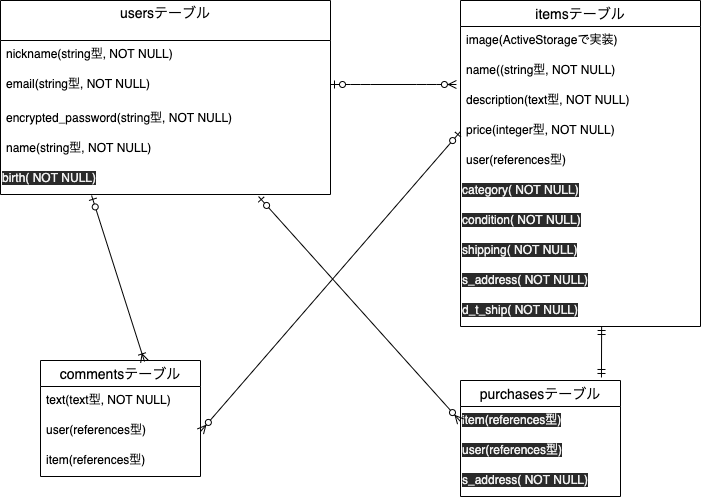
Before: erfigure.png, a diagram exported from draw.io (balllllet/furima-36103). Source tidied: cells renumbered, new cells last; positions are measured from the earlier drawing's top-left corner, leaving out a move shared by most shapes.
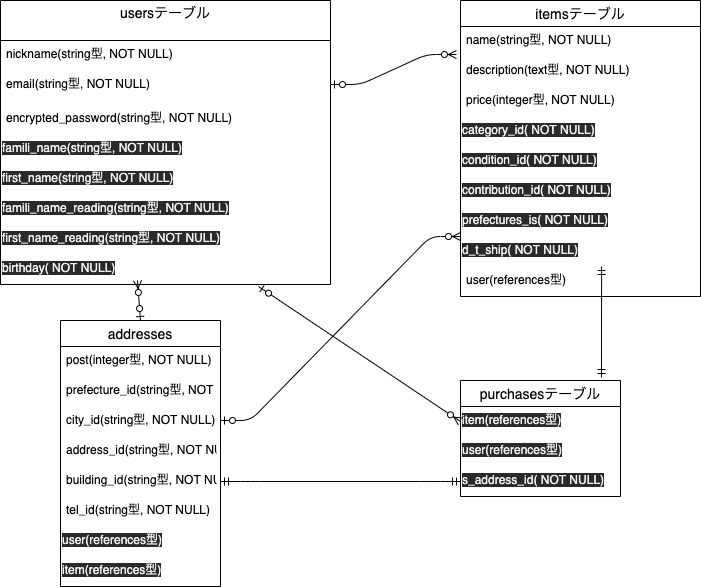
The same diagram one commit later.

Diff of the diagram source:
```diff
@@ -3,7 +3,7 @@
     <mxCell id="0" />
     <mxCell id="1" parent="0" />
     <mxCell id="2" value="usersテーブル&#10;" style="swimlane;fontStyle=0;horizontal=1;startSize=40;align=center;fontSize=14;" parent="1" vertex="1">
-      <mxGeometry width="330" height="194" as="geometry" />
+      <mxGeometry width="330" height="284" as="geometry" />
     </mxCell>
     <mxCell id="3" value="nickname(string型, NOT NULL)" style="text;strokeColor=none;fillColor=none;spacingLeft=4;spacingRight=4;overflow=hidden;fontSize=12;" parent="2" vertex="1">
       <mxGeometry y="40" width="330" height="30" as="geometry" />
@@ -14,57 +14,51 @@
     <mxCell id="5" value="encrypted_password(string型, NOT NULL)" style="text;strokeColor=none;fillColor=none;spacingLeft=4;spacingRight=4;overflow=hidden;fontSize=12;" parent="2" vertex="1">
       <mxGeometry y="104" width="330" height="30" as="geometry" />
     </mxCell>
-    <mxCell id="6" value="name(string型, NOT NULL)" style="text;strokeColor=none;fillColor=none;spacingLeft=4;spacingRight=4;overflow=hidden;fontSize=12;" parent="2" vertex="1">
-      <mxGeometry y="134" width="330" height="30" as="geometry" />
-    </mxCell>
+    <mxCell id="33" value="&lt;span style=&quot;color: rgb(240 , 240 , 240) ; font-family: &amp;#34;helvetica&amp;#34; ; font-size: 12px ; font-style: normal ; font-weight: 400 ; letter-spacing: normal ; text-align: left ; text-indent: 0px ; text-transform: none ; word-spacing: 0px ; background-color: rgb(42 , 42 , 42) ; display: inline ; float: none&quot;&gt;famili_name(string型, NOT NULL)&lt;/span&gt;" style="text;whiteSpace=wrap;html=1;" parent="2" vertex="1">
+      <mxGeometry y="134" width="330" height="30" as="geometry" />
+    </mxCell>
+    <mxCell id="34" value="&lt;span style=&quot;color: rgb(240 , 240 , 240) ; font-family: &amp;#34;helvetica&amp;#34; ; font-size: 12px ; font-style: normal ; font-weight: 400 ; letter-spacing: normal ; text-align: left ; text-indent: 0px ; text-transform: none ; word-spacing: 0px ; background-color: rgb(42 , 42 , 42) ; display: inline ; float: none&quot;&gt;first_name(string型, NOT NULL)&lt;/span&gt;" style="text;whiteSpace=wrap;html=1;" parent="2" vertex="1">
+      <mxGeometry y="164" width="330" height="30" as="geometry" />
+    </mxCell>
+    <mxCell id="35" value="&lt;span style=&quot;color: rgb(240 , 240 , 240) ; font-family: &amp;#34;helvetica&amp;#34; ; font-size: 12px ; font-style: normal ; font-weight: 400 ; letter-spacing: normal ; text-align: left ; text-indent: 0px ; text-transform: none ; word-spacing: 0px ; background-color: rgb(42 , 42 , 42) ; display: inline ; float: none&quot;&gt;famili_name_reading(string型, NOT NULL)&lt;/span&gt;" style="text;whiteSpace=wrap;html=1;" parent="2" vertex="1">
+      <mxGeometry y="194" width="330" height="30" as="geometry" />
+    </mxCell>
+    <mxCell id="36" value="&lt;span style=&quot;color: rgb(240 , 240 , 240) ; font-family: &amp;#34;helvetica&amp;#34; ; font-size: 12px ; font-style: normal ; font-weight: 400 ; letter-spacing: normal ; text-align: left ; text-indent: 0px ; text-transform: none ; word-spacing: 0px ; background-color: rgb(42 , 42 , 42) ; display: inline ; float: none&quot;&gt;first_name_reading(string型, NOT NULL)&lt;/span&gt;" style="text;whiteSpace=wrap;html=1;" parent="2" vertex="1">
+      <mxGeometry y="224" width="330" height="30" as="geometry" />
+    </mxCell>
-    <mxCell id="7" value="&lt;span style=&quot;color: rgb(240 , 240 , 240) ; font-family: &amp;#34;helvetica&amp;#34; ; font-size: 12px ; font-style: normal ; font-weight: 400 ; letter-spacing: normal ; text-align: left ; text-indent: 0px ; text-transform: none ; word-spacing: 0px ; background-color: rgb(42 , 42 , 42) ; display: inline ; float: none&quot;&gt;birth( NOT NULL)&lt;/span&gt;" style="text;whiteSpace=wrap;html=1;" parent="2" vertex="1">
-      <mxGeometry y="164" width="330" height="30" as="geometry" />
+    <mxCell id="7" value="&lt;span style=&quot;color: rgb(240 , 240 , 240) ; font-family: &amp;#34;helvetica&amp;#34; ; font-size: 12px ; font-style: normal ; font-weight: 400 ; letter-spacing: normal ; text-align: left ; text-indent: 0px ; text-transform: none ; word-spacing: 0px ; background-color: rgb(42 , 42 , 42) ; display: inline ; float: none&quot;&gt;birthday( NOT NULL)&lt;/span&gt;" style="text;whiteSpace=wrap;html=1;" parent="2" vertex="1">
+      <mxGeometry y="254" width="330" height="30" as="geometry" />
     </mxCell>
     <mxCell id="8" value="itemsテーブル" style="swimlane;fontStyle=0;horizontal=1;startSize=26;align=center;fontSize=14;" parent="1" vertex="1">
-      <mxGeometry x="460" width="240" height="326" as="geometry" />
+      <mxGeometry x="460" width="240" height="296" as="geometry" />
     </mxCell>
-    <mxCell id="9" value="image(ActiveStorageで実装)&#10;&#10;&#10;)" style="text;strokeColor=none;fillColor=none;spacingLeft=4;spacingRight=4;overflow=hidden;fontSize=12;" parent="8" vertex="1">
-      <mxGeometry y="26" width="240" height="30" as="geometry" />
-    </mxCell>
-    <mxCell id="10" value="name((string型, NOT NULL)" style="text;strokeColor=none;fillColor=none;spacingLeft=4;spacingRight=4;overflow=hidden;fontSize=12;" parent="8" vertex="1">
-      <mxGeometry y="56" width="240" height="30" as="geometry" />
+    <mxCell id="10" value="name(string型, NOT NULL)" style="text;strokeColor=none;fillColor=none;spacingLeft=4;spacingRight=4;overflow=hidden;fontSize=12;" parent="8" vertex="1">
+      <mxGeometry y="26" width="240" height="30" as="geometry" />
     </mxCell>
     <mxCell id="11" value="description(text型, NOT NULL)" style="text;strokeColor=none;fillColor=none;spacingLeft=4;spacingRight=4;overflow=hidden;points=[[0,0.5],[1,0.5]];portConstraint=eastwest;fontSize=12;" parent="8" vertex="1">
-      <mxGeometry y="86" width="240" height="30" as="geometry" />
+      <mxGeometry y="56" width="240" height="30" as="geometry" />
     </mxCell>
     <mxCell id="12" value="price(integer型, NOT NULL)" style="text;strokeColor=none;fillColor=none;spacingLeft=4;spacingRight=4;overflow=hidden;points=[[0,0.5],[1,0.5]];portConstraint=eastwest;fontSize=12;" parent="8" vertex="1">
-      <mxGeometry y="116" width="240" height="30" as="geometry" />
+      <mxGeometry y="86" width="240" height="30" as="geometry" />
     </mxCell>
-    <mxCell id="13" value="user(references型)" style="text;strokeColor=none;fillColor=none;spacingLeft=4;spacingRight=4;overflow=hidden;fontSize=12;" parent="8" vertex="1">
-      <mxGeometry y="146" width="240" height="30" as="geometry" />
-    </mxCell>
-    <mxCell id="14" value="&lt;span style=&quot;color: rgb(240 , 240 , 240) ; font-family: &amp;#34;helvetica&amp;#34; ; font-size: 12px ; font-style: normal ; font-weight: 400 ; letter-spacing: normal ; text-align: left ; text-indent: 0px ; text-transform: none ; word-spacing: 0px ; background-color: rgb(42 , 42 , 42) ; display: inline ; float: none&quot;&gt;category( NOT NULL)&lt;/span&gt;" style="text;whiteSpace=wrap;html=1;" parent="8" vertex="1">
-      <mxGeometry y="176" width="240" height="30" as="geometry" />
+    <mxCell id="14" value="&lt;span style=&quot;color: rgb(240 , 240 , 240) ; font-family: &amp;#34;helvetica&amp;#34; ; font-size: 12px ; font-style: normal ; font-weight: 400 ; letter-spacing: normal ; text-align: left ; text-indent: 0px ; text-transform: none ; word-spacing: 0px ; background-color: rgb(42 , 42 , 42) ; display: inline ; float: none&quot;&gt;category_id( NOT NULL)&lt;/span&gt;" style="text;whiteSpace=wrap;html=1;" parent="8" vertex="1">
+      <mxGeometry y="116" width="240" height="30" as="geometry" />
     </mxCell>
-    <mxCell id="15" value="&lt;span style=&quot;color: rgb(240 , 240 , 240) ; font-family: &amp;#34;helvetica&amp;#34; ; font-size: 12px ; font-style: normal ; font-weight: 400 ; letter-spacing: normal ; text-align: left ; text-indent: 0px ; text-transform: none ; word-spacing: 0px ; background-color: rgb(42 , 42 , 42) ; display: inline ; float: none&quot;&gt;condition( NOT NULL)&lt;/span&gt;" style="text;whiteSpace=wrap;html=1;" parent="8" vertex="1">
-      <mxGeometry y="206" width="240" height="30" as="geometry" />
+    <mxCell id="15" value="&lt;span style=&quot;color: rgb(240 , 240 , 240) ; font-family: &amp;#34;helvetica&amp;#34; ; font-size: 12px ; font-style: normal ; font-weight: 400 ; letter-spacing: normal ; text-align: left ; text-indent: 0px ; text-transform: none ; word-spacing: 0px ; background-color: rgb(42 , 42 , 42) ; display: inline ; float: none&quot;&gt;condition_id( NOT NULL)&lt;/span&gt;" style="text;whiteSpace=wrap;html=1;" parent="8" vertex="1">
+      <mxGeometry y="146" width="240" height="30" as="geometry" />
     </mxCell>
+    <mxCell id="37" value="&lt;span style=&quot;color: rgb(240 , 240 , 240) ; font-family: &amp;#34;helvetica&amp;#34; ; font-size: 12px ; font-style: normal ; font-weight: 400 ; letter-spacing: normal ; text-align: left ; text-indent: 0px ; text-transform: none ; word-spacing: 0px ; background-color: rgb(42 , 42 , 42) ; display: inline ; float: none&quot;&gt;contribution_id( NOT NULL)&lt;/span&gt;" style="text;whiteSpace=wrap;html=1;" parent="8" vertex="1">
+      <mxGeometry y="176" width="240" height="30" as="geometry" />
+    </mxCell>
-    <mxCell id="16" value="&lt;span style=&quot;color: rgb(240 , 240 , 240) ; font-family: &amp;#34;helvetica&amp;#34; ; font-size: 12px ; font-style: normal ; font-weight: 400 ; letter-spacing: normal ; text-align: left ; text-indent: 0px ; text-transform: none ; word-spacing: 0px ; background-color: rgb(42 , 42 , 42) ; display: inline ; float: none&quot;&gt;shipping( NOT NULL)&lt;/span&gt;" style="text;whiteSpace=wrap;html=1;" parent="8" vertex="1">
-      <mxGeometry y="236" width="240" height="30" as="geometry" />
+    <mxCell id="16" value="&lt;span style=&quot;color: rgb(240 , 240 , 240) ; font-family: &amp;#34;helvetica&amp;#34; ; font-size: 12px ; font-style: normal ; font-weight: 400 ; letter-spacing: normal ; text-align: left ; text-indent: 0px ; text-transform: none ; word-spacing: 0px ; background-color: rgb(42 , 42 , 42) ; display: inline ; float: none&quot;&gt;prefectures_is( NOT NULL)&lt;/span&gt;" style="text;whiteSpace=wrap;html=1;" parent="8" vertex="1">
+      <mxGeometry y="206" width="240" height="30" as="geometry" />
     </mxCell>
-    <mxCell id="17" value="&lt;span style=&quot;color: rgb(240 , 240 , 240) ; font-family: &amp;#34;helvetica&amp;#34; ; font-size: 12px ; font-style: normal ; font-weight: 400 ; letter-spacing: normal ; text-align: left ; text-indent: 0px ; text-transform: none ; word-spacing: 0px ; background-color: rgb(42 , 42 , 42) ; display: inline ; float: none&quot;&gt;s_address( NOT NULL)&lt;/span&gt;" style="text;whiteSpace=wrap;html=1;" parent="8" vertex="1">
-      <mxGeometry y="266" width="240" height="30" as="geometry" />
-    </mxCell>
     <mxCell id="18" value="&lt;span style=&quot;color: rgb(240 , 240 , 240) ; font-family: &amp;#34;helvetica&amp;#34; ; font-size: 12px ; font-style: normal ; font-weight: 400 ; letter-spacing: normal ; text-align: left ; text-indent: 0px ; text-transform: none ; word-spacing: 0px ; background-color: rgb(42 , 42 , 42) ; display: inline ; float: none&quot;&gt;d_t_ship( NOT NULL)&lt;/span&gt;" style="text;whiteSpace=wrap;html=1;" parent="8" vertex="1">
-      <mxGeometry y="296" width="240" height="30" as="geometry" />
+      <mxGeometry y="236" width="240" height="30" as="geometry" />
     </mxCell>
-    <mxCell id="19" value="commentsテーブル" style="swimlane;fontStyle=0;horizontal=1;startSize=26;align=center;fontSize=14;" parent="1" vertex="1">
-      <mxGeometry x="40" y="360" width="160" height="116" as="geometry" />
-    </mxCell>
-    <mxCell id="20" value="text(text型, NOT NULL)" style="text;strokeColor=none;fillColor=none;spacingLeft=4;spacingRight=4;overflow=hidden;fontSize=12;" parent="19" vertex="1">
-      <mxGeometry y="26" width="160" height="30" as="geometry" />
-    </mxCell>
-    <mxCell id="21" value="user(references型)" style="text;strokeColor=none;fillColor=none;spacingLeft=4;spacingRight=4;overflow=hidden;points=[[0,0.5],[1,0.5]];portConstraint=eastwest;fontSize=12;" parent="19" vertex="1">
-      <mxGeometry y="56" width="160" height="30" as="geometry" />
-    </mxCell>
-    <mxCell id="22" value="item(references型)" style="text;strokeColor=none;fillColor=none;spacingLeft=4;spacingRight=4;overflow=hidden;fontSize=12;" parent="19" vertex="1">
-      <mxGeometry y="86" width="160" height="30" as="geometry" />
-    </mxCell>
+    <mxCell id="13" value="user(references型)" style="text;strokeColor=none;fillColor=none;spacingLeft=4;spacingRight=4;overflow=hidden;fontSize=12;" parent="8" vertex="1">
+      <mxGeometry y="266" width="240" height="30" as="geometry" />
+    </mxCell>
     <mxCell id="23" value="purchasesテーブル" style="swimlane;fontStyle=0;horizontal=1;startSize=26;align=center;fontSize=14;" parent="1" vertex="1">
       <mxGeometry x="460" y="380" width="160" height="116" as="geometry" />
     </mxCell>
@@ -77,7 +71,7 @@
     <mxCell id="26" value="&lt;meta charset=&quot;utf-8&quot;&gt;&lt;span style=&quot;color: rgb(240, 240, 240); font-family: helvetica; font-size: 12px; font-style: normal; font-weight: 400; letter-spacing: normal; text-align: left; text-indent: 0px; text-transform: none; word-spacing: 0px; background-color: rgb(42, 42, 42); display: inline; float: none;&quot;&gt;user(references型)&lt;/span&gt;" style="text;whiteSpace=wrap;html=1;" parent="23" vertex="1">
       <mxGeometry y="56" width="160" height="30" as="geometry" />
     </mxCell>
-    <mxCell id="27" value="&lt;span style=&quot;color: rgb(240 , 240 , 240) ; font-family: &amp;#34;helvetica&amp;#34; ; font-size: 12px ; font-style: normal ; font-weight: 400 ; letter-spacing: normal ; text-align: left ; text-indent: 0px ; text-transform: none ; word-spacing: 0px ; background-color: rgb(42 , 42 , 42) ; display: inline ; float: none&quot;&gt;s_address( NOT NULL)&lt;/span&gt;" style="text;whiteSpace=wrap;html=1;" parent="23" vertex="1">
+    <mxCell id="27" value="&lt;span style=&quot;color: rgb(240 , 240 , 240) ; font-family: &amp;#34;helvetica&amp;#34; ; font-size: 12px ; font-style: normal ; font-weight: 400 ; letter-spacing: normal ; text-align: left ; text-indent: 0px ; text-transform: none ; word-spacing: 0px ; background-color: rgb(42 , 42 , 42) ; display: inline ; float: none&quot;&gt;s_address_id( NOT NULL)&lt;/span&gt;" style="text;whiteSpace=wrap;html=1;" parent="23" vertex="1">
       <mxGeometry y="86" width="160" height="30" as="geometry" />
     </mxCell>
     <mxCell id="28" style="fontSize=12;html=1;endArrow=ERmandOne;startArrow=ERmandOne;exitX=0.881;exitY=-0.026;exitDx=0;exitDy=0;entryX=0.588;entryY=1;entryDx=0;entryDy=0;entryPerimeter=0;exitPerimeter=0;" parent="1" edge="1" source="23" target="18">
@@ -91,11 +85,45 @@
         <mxPoint x="330" y="84" as="sourcePoint" />
       </mxGeometry>
     </mxCell>
-    <mxCell id="31" style="fontSize=12;html=1;endArrow=ERoneToMany;startArrow=ERzeroToOne;entryX=0.65;entryY=0.009;entryDx=0;entryDy=0;entryPerimeter=0;exitX=0.276;exitY=1.033;exitDx=0;exitDy=0;exitPerimeter=0;" parent="1" edge="1" source="7" target="19">
-      <mxGeometry relative="1" as="geometry" />
-    </mxCell>
-    <mxCell id="32" style="fontSize=12;html=1;endArrow=ERzeroToMany;startArrow=ERzeroToOne;exitX=0;exitY=0.5;exitDx=0;exitDy=0;entryX=1;entryY=0.5;entryDx=0;entryDy=0;" parent="1" edge="1" source="12" target="21">
-      <mxGeometry relative="1" as="geometry" />
-    </mxCell>
+    <mxCell id="38" value="addresses" style="swimlane;fontStyle=0;horizontal=1;startSize=26;align=center;fontSize=14;" parent="1" vertex="1">
+      <mxGeometry x="60" y="320" width="160" height="266" as="geometry" />
+    </mxCell>
+    <mxCell id="39" value="post(integer型, NOT NULL)" style="text;strokeColor=none;fillColor=none;spacingLeft=4;spacingRight=4;overflow=hidden;fontSize=12;" parent="38" vertex="1">
+      <mxGeometry y="26" width="160" height="30" as="geometry" />
+    </mxCell>
+    <mxCell id="40" value="prefecture_id(string型, NOT NULL)" style="text;strokeColor=none;fillColor=none;spacingLeft=4;spacingRight=4;overflow=hidden;fontSize=12;" parent="38" vertex="1">
+      <mxGeometry y="56" width="160" height="30" as="geometry" />
+    </mxCell>
+    <mxCell id="41" value="city_id(string型, NOT NULL)" style="text;strokeColor=none;fillColor=none;spacingLeft=4;spacingRight=4;overflow=hidden;fontSize=12;" parent="38" vertex="1">
+      <mxGeometry y="86" width="160" height="30" as="geometry" />
+    </mxCell>
+    <mxCell id="42" value="address_id(string型, NOT NULL)" style="text;strokeColor=none;fillColor=none;spacingLeft=4;spacingRight=4;overflow=hidden;fontSize=12;" parent="38" vertex="1">
+      <mxGeometry y="116" width="160" height="30" as="geometry" />
+    </mxCell>
+    <mxCell id="43" value="building_id(string型, NOT NULL)" style="text;strokeColor=none;fillColor=none;spacingLeft=4;spacingRight=4;overflow=hidden;points=[[0,0.5],[1,0.5]];portConstraint=eastwest;fontSize=12;" parent="38" vertex="1">
+      <mxGeometry y="146" width="160" height="30" as="geometry" />
+    </mxCell>
+    <mxCell id="44" value="tel_id(string型, NOT NULL)" style="text;strokeColor=none;fillColor=none;spacingLeft=4;spacingRight=4;overflow=hidden;fontSize=12;" parent="38" vertex="1">
+      <mxGeometry y="176" width="160" height="30" as="geometry" />
+    </mxCell>
+    <mxCell id="21" value="&lt;meta charset=&quot;utf-8&quot;&gt;&lt;span style=&quot;color: rgb(240, 240, 240); font-family: helvetica; font-size: 12px; font-style: normal; font-weight: 400; letter-spacing: normal; text-align: left; text-indent: 0px; text-transform: none; word-spacing: 0px; background-color: rgb(42, 42, 42); display: inline; float: none;&quot;&gt;user(references型)&lt;/span&gt;" style="text;whiteSpace=wrap;html=1;" parent="38" vertex="1">
+      <mxGeometry y="206" width="160" height="30" as="geometry" />
+    </mxCell>
+    <mxCell id="22" value="&lt;meta charset=&quot;utf-8&quot;&gt;&lt;span style=&quot;color: rgb(240, 240, 240); font-family: helvetica; font-size: 12px; font-style: normal; font-weight: 400; letter-spacing: normal; text-align: left; text-indent: 0px; text-transform: none; word-spacing: 0px; background-color: rgb(42, 42, 42); display: inline; float: none;&quot;&gt;item(references型)&lt;/span&gt;" style="text;whiteSpace=wrap;html=1;" parent="38" vertex="1">
+      <mxGeometry y="236" width="160" height="30" as="geometry" />
+    </mxCell>
+    <mxCell id="45" style="edgeStyle=entityRelationEdgeStyle;fontSize=12;html=1;endArrow=ERzeroToMany;startArrow=ERzeroToOne;entryX=0;entryY=0;entryDx=0;entryDy=0;" parent="1" edge="1" target="18">
+      <mxGeometry relative="1" as="geometry">
+        <mxPoint x="220" y="420" as="sourcePoint" />
+      </mxGeometry>
+    </mxCell>
+    <mxCell id="46" style="fontSize=12;html=1;endArrow=ERzeroToMany;startArrow=ERzeroToOne;exitX=0.5;exitY=0;exitDx=0;exitDy=0;" parent="1" edge="1" source="38">
+      <mxGeometry relative="1" as="geometry">
+        <mxPoint x="137" y="280" as="targetPoint" />
+      </mxGeometry>
+    </mxCell>
+    <mxCell id="47" style="edgeStyle=entityRelationEdgeStyle;fontSize=12;html=1;endArrow=ERmandOne;startArrow=ERmandOne;exitX=1;exitY=0.5;exitDx=0;exitDy=0;entryX=0;entryY=0.5;entryDx=0;entryDy=0;" parent="1" edge="1" source="43" target="27">
+      <mxGeometry relative="1" as="geometry" />
+    </mxCell>
   </root>
 </mxGraphModel>
```
